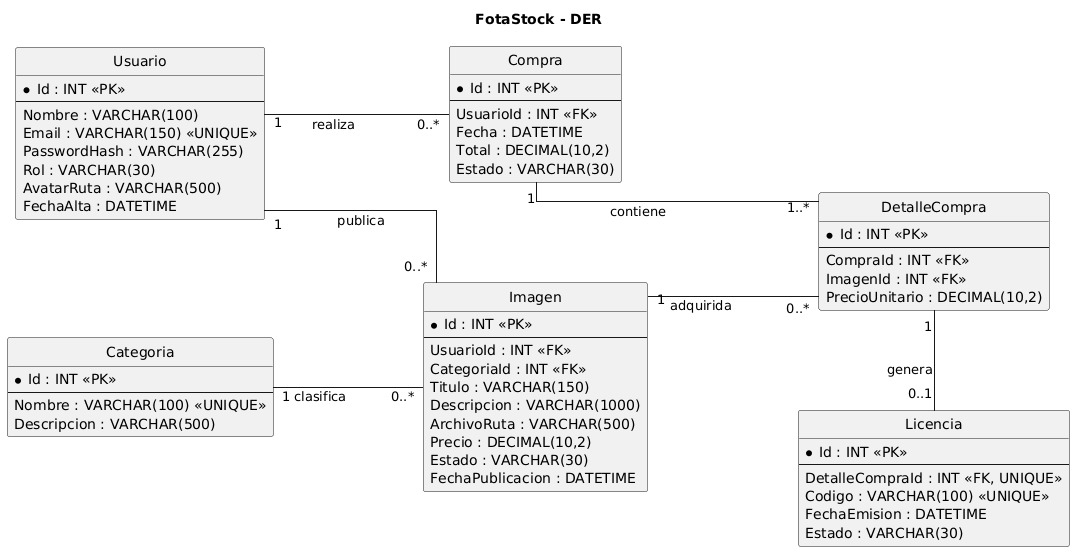
Earlier version of the PlantUML export src/FotaStock.Web/docs/DER_FotaStock_v2.png (necoian/FotaStock_MVC_ULP). Its diagram source:
```plantuml
@startuml
title FotaStock - DER
hide circle
left to right direction

skinparam linetype ortho
skinparam nodesep 100
skinparam ranksep 150
skinparam padding 1
skinparam shadowing false
skinparam entity {
    BackgroundColor white
    BorderColor #444444
    FontColor #222222
}

entity "Usuario" as Usuario {
    * Id : INT <<PK>>
    --
    Nombre : VARCHAR(100)
    Email : VARCHAR(150) <<UNIQUE>>
    PasswordHash : VARCHAR(255)
    Rol : VARCHAR(30)
    AvatarRuta : VARCHAR(500)
    FechaAlta : DATETIME
}

entity "Categoria" as Categoria {
    * Id : INT <<PK>>
    --
    Nombre : VARCHAR(100) <<UNIQUE>>
    Descripcion : VARCHAR(500)
}

entity "Imagen" as Imagen {
    * Id : INT <<PK>>
    --
    UsuarioId : INT <<FK>>
    CategoriaId : INT <<FK>>
    Titulo : VARCHAR(150)
    Descripcion : VARCHAR(1000)
    ArchivoRuta : VARCHAR(500)
    Precio : DECIMAL(10,2)
    Estado : VARCHAR(30)
    FechaPublicacion : DATETIME
}

entity "Compra" as Compra {
    * Id : INT <<PK>>
    --
    UsuarioId : INT <<FK>>
    Fecha : DATETIME
    Total : DECIMAL(10,2)
    Estado : VARCHAR(30)
}

entity "DetalleCompra" as DetalleCompra {
    * Id : INT <<PK>>
    --
    CompraId : INT <<FK>>
    ImagenId : INT <<FK>>
    PrecioUnitario : DECIMAL(10,2)
}

entity "Licencia" as Licencia {
    * Id : INT <<PK>>
    --
    DetalleCompraId : INT <<FK, UNIQUE>>
    Codigo : VARCHAR(100) <<UNIQUE>>
    FechaEmision : DATETIME
    Estado : VARCHAR(30)
}

Usuario "1" -down- "0..*" Imagen : publica
Categoria "1" -down- "0..*" Imagen : clasifica

Usuario "1" -right- "0..*" Compra : realiza
Compra "1" -down- "1..*" DetalleCompra : contiene
Imagen "1" -down- "0..*" DetalleCompra : adquirida
DetalleCompra "1" -right- "0..1" Licencia : genera
@enduml
```
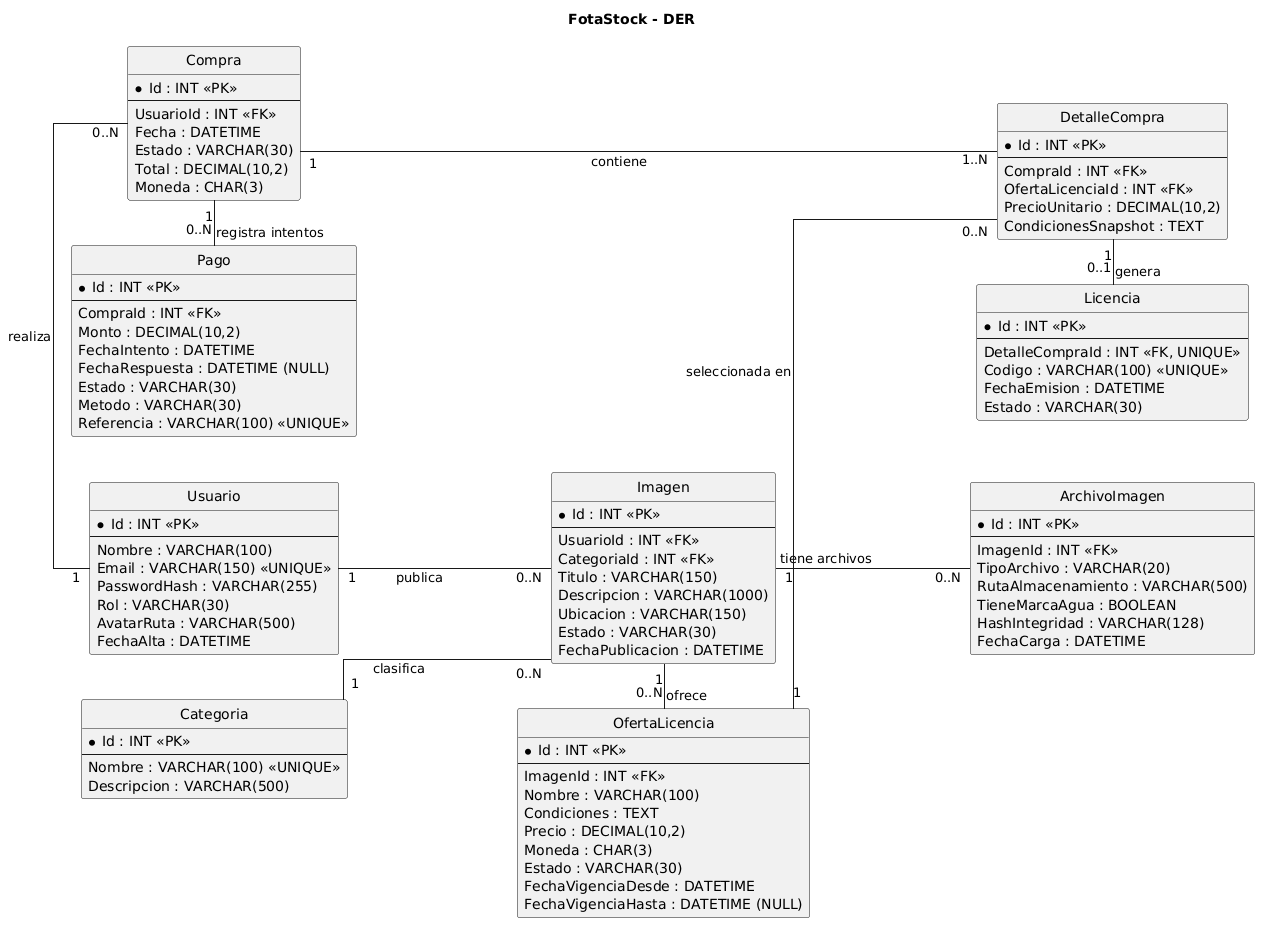
Later version of the same file.

Commit message:
Se agrega al DER Pago, ArchivoImagen y OfertaLicencia

Diff of the diagram source:
```diff
@@ -4,15 +4,11 @@
 left to right direction
 
 skinparam linetype ortho
-skinparam nodesep 100
-skinparam ranksep 150
+skinparam nodesep 45
+skinparam ranksep 160
 skinparam padding 1
-skinparam shadowing false
-skinparam entity {
-    BackgroundColor white
-    BorderColor #444444
-    FontColor #222222
-}
+
+
 
 entity "Usuario" as Usuario {
     * Id : INT <<PK>>
@@ -39,10 +35,33 @@
     CategoriaId : INT <<FK>>
     Titulo : VARCHAR(150)
     Descripcion : VARCHAR(1000)
-    ArchivoRuta : VARCHAR(500)
-    Precio : DECIMAL(10,2)
+    Ubicacion : VARCHAR(150)
     Estado : VARCHAR(30)
     FechaPublicacion : DATETIME
+}
+
+entity "ArchivoImagen" as ArchivoImagen {
+    * Id : INT <<PK>>
+    --
+    ImagenId : INT <<FK>>
+    TipoArchivo : VARCHAR(20)
+    RutaAlmacenamiento : VARCHAR(500)
+    TieneMarcaAgua : BOOLEAN
+    HashIntegridad : VARCHAR(128)
+    FechaCarga : DATETIME
+}
+
+entity "OfertaLicencia" as OfertaLicencia {
+    * Id : INT <<PK>>
+    --
+    ImagenId : INT <<FK>>
+    Nombre : VARCHAR(100)
+    Condiciones : TEXT
+    Precio : DECIMAL(10,2)
+    Moneda : CHAR(3)
+    Estado : VARCHAR(30)
+    FechaVigenciaDesde : DATETIME
+    FechaVigenciaHasta : DATETIME (NULL)
 }
 
 entity "Compra" as Compra {
@@ -50,16 +69,30 @@
     --
     UsuarioId : INT <<FK>>
     Fecha : DATETIME
+    Estado : VARCHAR(30)
     Total : DECIMAL(10,2)
+    Moneda : CHAR(3)
+}
+
+entity "Pago" as Pago {
+    * Id : INT <<PK>>
+    --
+    CompraId : INT <<FK>>
+    Monto : DECIMAL(10,2)
+    FechaIntento : DATETIME
+    FechaRespuesta : DATETIME (NULL)
     Estado : VARCHAR(30)
+    Metodo : VARCHAR(30)
+    Referencia : VARCHAR(100) <<UNIQUE>>
 }
 
 entity "DetalleCompra" as DetalleCompra {
     * Id : INT <<PK>>
     --
     CompraId : INT <<FK>>
-    ImagenId : INT <<FK>>
+    OfertaLicenciaId : INT <<FK>>
     PrecioUnitario : DECIMAL(10,2)
+    CondicionesSnapshot : TEXT
 }
 
 entity "Licencia" as Licencia {
@@ -71,11 +104,13 @@
     Estado : VARCHAR(30)
 }
 
-Usuario "1" -down- "0..*" Imagen : publica
-Categoria "1" -down- "0..*" Imagen : clasifica
-
-Usuario "1" -right- "0..*" Compra : realiza
-Compra "1" -down- "1..*" DetalleCompra : contiene
-Imagen "1" -down- "0..*" DetalleCompra : adquirida
+Usuario "1" -down- "0..N" Imagen : publica
+Categoria "1" -down- "0..N" Imagen : clasifica
+Imagen "1" -down- "0..N" ArchivoImagen : tiene archivos
+Imagen "1" -right- "0..N" OfertaLicencia : ofrece
+Usuario "1" -left- "0..N" Compra : realiza
+Compra "1" -down- "1..N" DetalleCompra : contiene
+Compra "1" -right- "0..N" Pago : registra intentos
+OfertaLicencia "1" -down- "0..N" DetalleCompra : seleccionada en
 DetalleCompra "1" -right- "0..1" Licencia : genera
 @enduml
```
